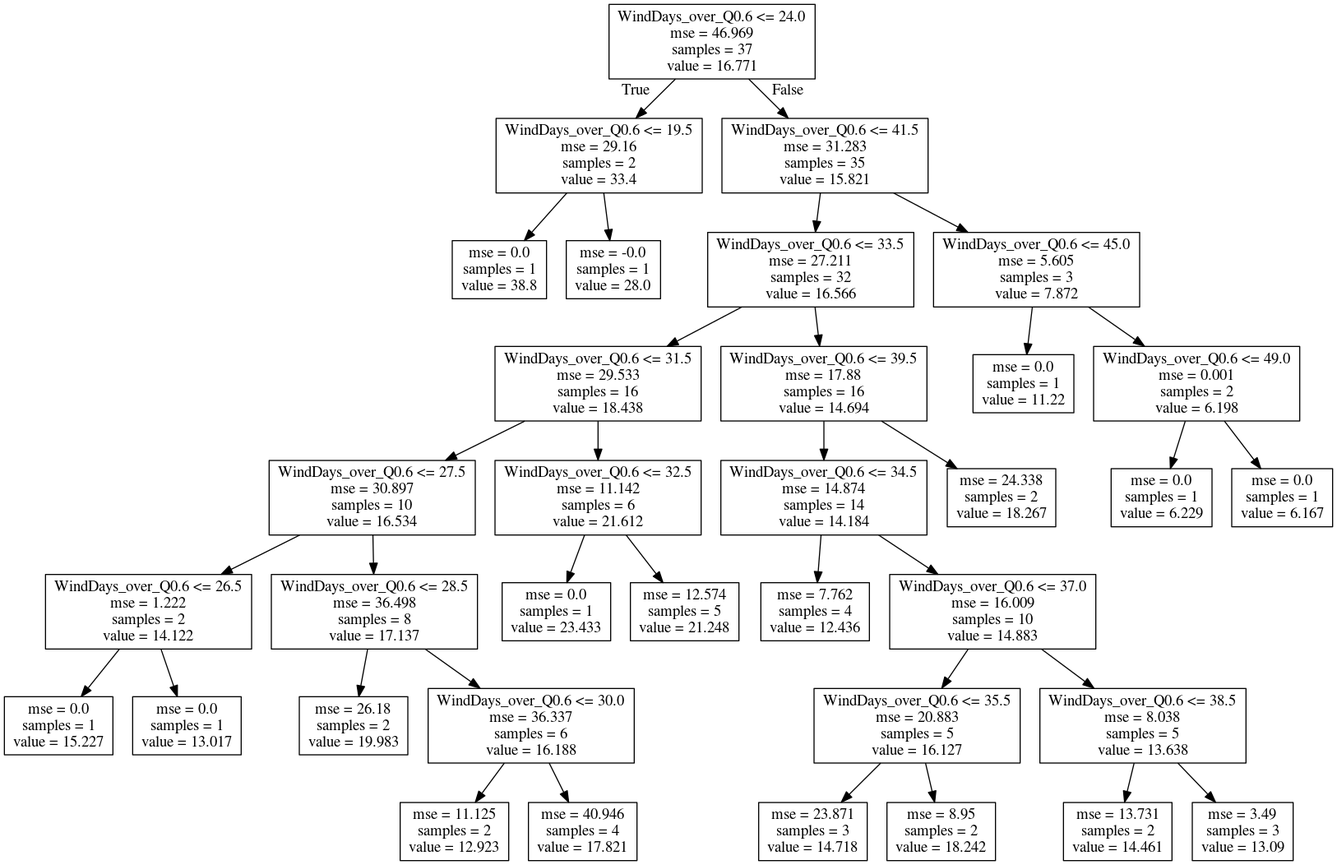
icra/WATExR keeps this Graphviz diagram as Norway_Morsa/Model_Development/Figures/Discretization_regTrees/aut_chla-WindDays_over_Q0.6.png. Above is the earlier version. Its source is kept beside it as Norway_Morsa/Model_Development/Figures/Discretization_regTrees/aut_chla-WindDays_over_Q0.6.dot. Its diagram source:
```dot
digraph Tree {
node [shape=box] ;
0 [label="WindDays_over_Q0.6 <= 24.0\nmse = 46.969\nsamples = 37\nvalue = 16.771"] ;
1 [label="WindDays_over_Q0.6 <= 19.5\nmse = 29.16\nsamples = 2\nvalue = 33.4"] ;
0 -> 1 [labeldistance=2.5, labelangle=45, headlabel="True"] ;
2 [label="mse = 0.0\nsamples = 1\nvalue = 38.8"] ;
1 -> 2 ;
3 [label="mse = -0.0\nsamples = 1\nvalue = 28.0"] ;
1 -> 3 ;
4 [label="WindDays_over_Q0.6 <= 41.5\nmse = 31.283\nsamples = 35\nvalue = 15.821"] ;
0 -> 4 [labeldistance=2.5, labelangle=-45, headlabel="False"] ;
5 [label="WindDays_over_Q0.6 <= 33.5\nmse = 27.211\nsamples = 32\nvalue = 16.566"] ;
4 -> 5 ;
6 [label="WindDays_over_Q0.6 <= 31.5\nmse = 29.533\nsamples = 16\nvalue = 18.438"] ;
5 -> 6 ;
7 [label="WindDays_over_Q0.6 <= 27.5\nmse = 30.897\nsamples = 10\nvalue = 16.534"] ;
6 -> 7 ;
8 [label="WindDays_over_Q0.6 <= 26.5\nmse = 1.222\nsamples = 2\nvalue = 14.122"] ;
7 -> 8 ;
9 [label="mse = 0.0\nsamples = 1\nvalue = 15.227"] ;
8 -> 9 ;
10 [label="mse = 0.0\nsamples = 1\nvalue = 13.017"] ;
8 -> 10 ;
11 [label="WindDays_over_Q0.6 <= 28.5\nmse = 36.498\nsamples = 8\nvalue = 17.137"] ;
7 -> 11 ;
12 [label="mse = 26.18\nsamples = 2\nvalue = 19.983"] ;
11 -> 12 ;
13 [label="WindDays_over_Q0.6 <= 30.0\nmse = 36.337\nsamples = 6\nvalue = 16.188"] ;
11 -> 13 ;
14 [label="mse = 11.125\nsamples = 2\nvalue = 12.923"] ;
13 -> 14 ;
15 [label="mse = 40.946\nsamples = 4\nvalue = 17.821"] ;
13 -> 15 ;
16 [label="WindDays_over_Q0.6 <= 32.5\nmse = 11.142\nsamples = 6\nvalue = 21.612"] ;
6 -> 16 ;
17 [label="mse = 0.0\nsamples = 1\nvalue = 23.433"] ;
16 -> 17 ;
18 [label="mse = 12.574\nsamples = 5\nvalue = 21.248"] ;
16 -> 18 ;
19 [label="WindDays_over_Q0.6 <= 39.5\nmse = 17.88\nsamples = 16\nvalue = 14.694"] ;
5 -> 19 ;
20 [label="WindDays_over_Q0.6 <= 34.5\nmse = 14.874\nsamples = 14\nvalue = 14.184"] ;
19 -> 20 ;
21 [label="mse = 7.762\nsamples = 4\nvalue = 12.436"] ;
20 -> 21 ;
22 [label="WindDays_over_Q0.6 <= 37.0\nmse = 16.009\nsamples = 10\nvalue = 14.883"] ;
20 -> 22 ;
23 [label="WindDays_over_Q0.6 <= 35.5\nmse = 20.883\nsamples = 5\nvalue = 16.127"] ;
22 -> 23 ;
24 [label="mse = 23.871\nsamples = 3\nvalue = 14.718"] ;
23 -> 24 ;
25 [label="mse = 8.95\nsamples = 2\nvalue = 18.242"] ;
23 -> 25 ;
26 [label="WindDays_over_Q0.6 <= 38.5\nmse = 8.038\nsamples = 5\nvalue = 13.638"] ;
22 -> 26 ;
27 [label="mse = 13.731\nsamples = 2\nvalue = 14.461"] ;
26 -> 27 ;
28 [label="mse = 3.49\nsamples = 3\nvalue = 13.09"] ;
26 -> 28 ;
29 [label="mse = 24.338\nsamples = 2\nvalue = 18.267"] ;
19 -> 29 ;
30 [label="WindDays_over_Q0.6 <= 45.0\nmse = 5.605\nsamples = 3\nvalue = 7.872"] ;
4 -> 30 ;
31 [label="mse = 0.0\nsamples = 1\nvalue = 11.22"] ;
30 -> 31 ;
32 [label="WindDays_over_Q0.6 <= 49.0\nmse = 0.001\nsamples = 2\nvalue = 6.198"] ;
30 -> 32 ;
33 [label="mse = 0.0\nsamples = 1\nvalue = 6.229"] ;
32 -> 33 ;
34 [label="mse = 0.0\nsamples = 1\nvalue = 6.167"] ;
32 -> 34 ;
}
```
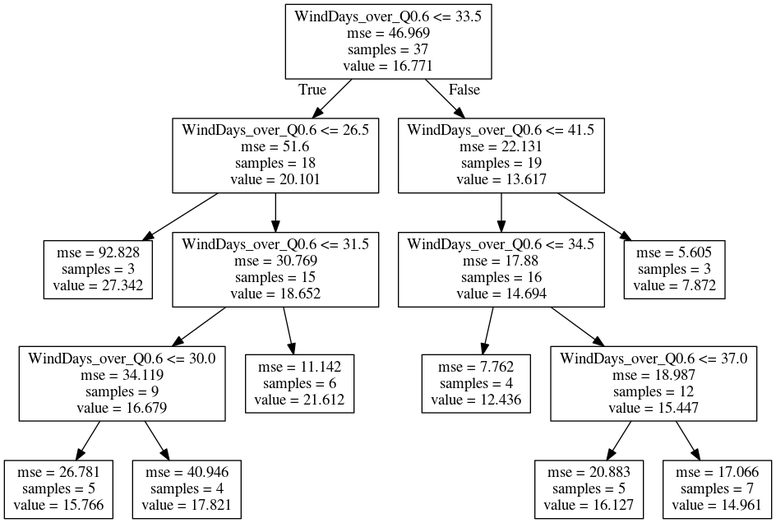
The same file after the commit.

Diff of the diagram source:
```diff
@@ -1,72 +1,32 @@
 digraph Tree {
 node [shape=box] ;
-0 [label="WindDays_over_Q0.6 <= 24.0\nmse = 46.969\nsamples = 37\nvalue = 16.771"] ;
-1 [label="WindDays_over_Q0.6 <= 19.5\nmse = 29.16\nsamples = 2\nvalue = 33.4"] ;
+0 [label="WindDays_over_Q0.6 <= 33.5\nmse = 46.969\nsamples = 37\nvalue = 16.771"] ;
+1 [label="WindDays_over_Q0.6 <= 26.5\nmse = 51.6\nsamples = 18\nvalue = 20.101"] ;
 0 -> 1 [labeldistance=2.5, labelangle=45, headlabel="True"] ;
-2 [label="mse = 0.0\nsamples = 1\nvalue = 38.8"] ;
-1 -> 2 ;
-3 [label="mse = -0.0\nsamples = 1\nvalue = 28.0"] ;
+3 [label="mse = 92.828\nsamples = 3\nvalue = 27.342"] ;
 1 -> 3 ;
-4 [label="WindDays_over_Q0.6 <= 41.5\nmse = 31.283\nsamples = 35\nvalue = 15.821"] ;
-0 -> 4 [labeldistance=2.5, labelangle=-45, headlabel="False"] ;
-5 [label="WindDays_over_Q0.6 <= 33.5\nmse = 27.211\nsamples = 32\nvalue = 16.566"] ;
-4 -> 5 ;
-6 [label="WindDays_over_Q0.6 <= 31.5\nmse = 29.533\nsamples = 16\nvalue = 18.438"] ;
-5 -> 6 ;
-7 [label="WindDays_over_Q0.6 <= 27.5\nmse = 30.897\nsamples = 10\nvalue = 16.534"] ;
-6 -> 7 ;
-8 [label="WindDays_over_Q0.6 <= 26.5\nmse = 1.222\nsamples = 2\nvalue = 14.122"] ;
-7 -> 8 ;
-9 [label="mse = 0.0\nsamples = 1\nvalue = 15.227"] ;
-8 -> 9 ;
-10 [label="mse = 0.0\nsamples = 1\nvalue = 13.017"] ;
-8 -> 10 ;
-11 [label="WindDays_over_Q0.6 <= 28.5\nmse = 36.498\nsamples = 8\nvalue = 17.137"] ;
+4 [label="WindDays_over_Q0.6 <= 31.5\nmse = 30.769\nsamples = 15\nvalue = 18.652"] ;
+1 -> 4 ;
+7 [label="WindDays_over_Q0.6 <= 30.0\nmse = 34.119\nsamples = 9\nvalue = 16.679"] ;
+4 -> 7 ;
+11 [label="mse = 26.781\nsamples = 5\nvalue = 15.766"] ;
 7 -> 11 ;
-12 [label="mse = 26.18\nsamples = 2\nvalue = 19.983"] ;
-11 -> 12 ;
-13 [label="WindDays_over_Q0.6 <= 30.0\nmse = 36.337\nsamples = 6\nvalue = 16.188"] ;
-11 -> 13 ;
-14 [label="mse = 11.125\nsamples = 2\nvalue = 12.923"] ;
-13 -> 14 ;
-15 [label="mse = 40.946\nsamples = 4\nvalue = 17.821"] ;
-13 -> 15 ;
-16 [label="WindDays_over_Q0.6 <= 32.5\nmse = 11.142\nsamples = 6\nvalue = 21.612"] ;
-6 -> 16 ;
-17 [label="mse = 0.0\nsamples = 1\nvalue = 23.433"] ;
-16 -> 17 ;
-18 [label="mse = 12.574\nsamples = 5\nvalue = 21.248"] ;
-16 -> 18 ;
-19 [label="WindDays_over_Q0.6 <= 39.5\nmse = 17.88\nsamples = 16\nvalue = 14.694"] ;
-5 -> 19 ;
-20 [label="WindDays_over_Q0.6 <= 34.5\nmse = 14.874\nsamples = 14\nvalue = 14.184"] ;
-19 -> 20 ;
-21 [label="mse = 7.762\nsamples = 4\nvalue = 12.436"] ;
-20 -> 21 ;
-22 [label="WindDays_over_Q0.6 <= 37.0\nmse = 16.009\nsamples = 10\nvalue = 14.883"] ;
-20 -> 22 ;
-23 [label="WindDays_over_Q0.6 <= 35.5\nmse = 20.883\nsamples = 5\nvalue = 16.127"] ;
-22 -> 23 ;
-24 [label="mse = 23.871\nsamples = 3\nvalue = 14.718"] ;
-23 -> 24 ;
-25 [label="mse = 8.95\nsamples = 2\nvalue = 18.242"] ;
-23 -> 25 ;
-26 [label="WindDays_over_Q0.6 <= 38.5\nmse = 8.038\nsamples = 5\nvalue = 13.638"] ;
-22 -> 26 ;
-27 [label="mse = 13.731\nsamples = 2\nvalue = 14.461"] ;
-26 -> 27 ;
-28 [label="mse = 3.49\nsamples = 3\nvalue = 13.09"] ;
-26 -> 28 ;
-29 [label="mse = 24.338\nsamples = 2\nvalue = 18.267"] ;
-19 -> 29 ;
-30 [label="WindDays_over_Q0.6 <= 45.0\nmse = 5.605\nsamples = 3\nvalue = 7.872"] ;
-4 -> 30 ;
-31 [label="mse = 0.0\nsamples = 1\nvalue = 11.22"] ;
-30 -> 31 ;
-32 [label="WindDays_over_Q0.6 <= 49.0\nmse = 0.001\nsamples = 2\nvalue = 6.198"] ;
-30 -> 32 ;
-33 [label="mse = 0.0\nsamples = 1\nvalue = 6.229"] ;
-32 -> 33 ;
-34 [label="mse = 0.0\nsamples = 1\nvalue = 6.167"] ;
-32 -> 34 ;
+12 [label="mse = 40.946\nsamples = 4\nvalue = 17.821"] ;
+7 -> 12 ;
+8 [label="mse = 11.142\nsamples = 6\nvalue = 21.612"] ;
+4 -> 8 ;
+2 [label="WindDays_over_Q0.6 <= 41.5\nmse = 22.131\nsamples = 19\nvalue = 13.617"] ;
+0 -> 2 [labeldistance=2.5, labelangle=-45, headlabel="False"] ;
+5 [label="WindDays_over_Q0.6 <= 34.5\nmse = 17.88\nsamples = 16\nvalue = 14.694"] ;
+2 -> 5 ;
+9 [label="mse = 7.762\nsamples = 4\nvalue = 12.436"] ;
+5 -> 9 ;
+10 [label="WindDays_over_Q0.6 <= 37.0\nmse = 18.987\nsamples = 12\nvalue = 15.447"] ;
+5 -> 10 ;
+13 [label="mse = 20.883\nsamples = 5\nvalue = 16.127"] ;
+10 -> 13 ;
+14 [label="mse = 17.066\nsamples = 7\nvalue = 14.961"] ;
+10 -> 14 ;
+6 [label="mse = 5.605\nsamples = 3\nvalue = 7.872"] ;
+2 -> 6 ;
 }
```
